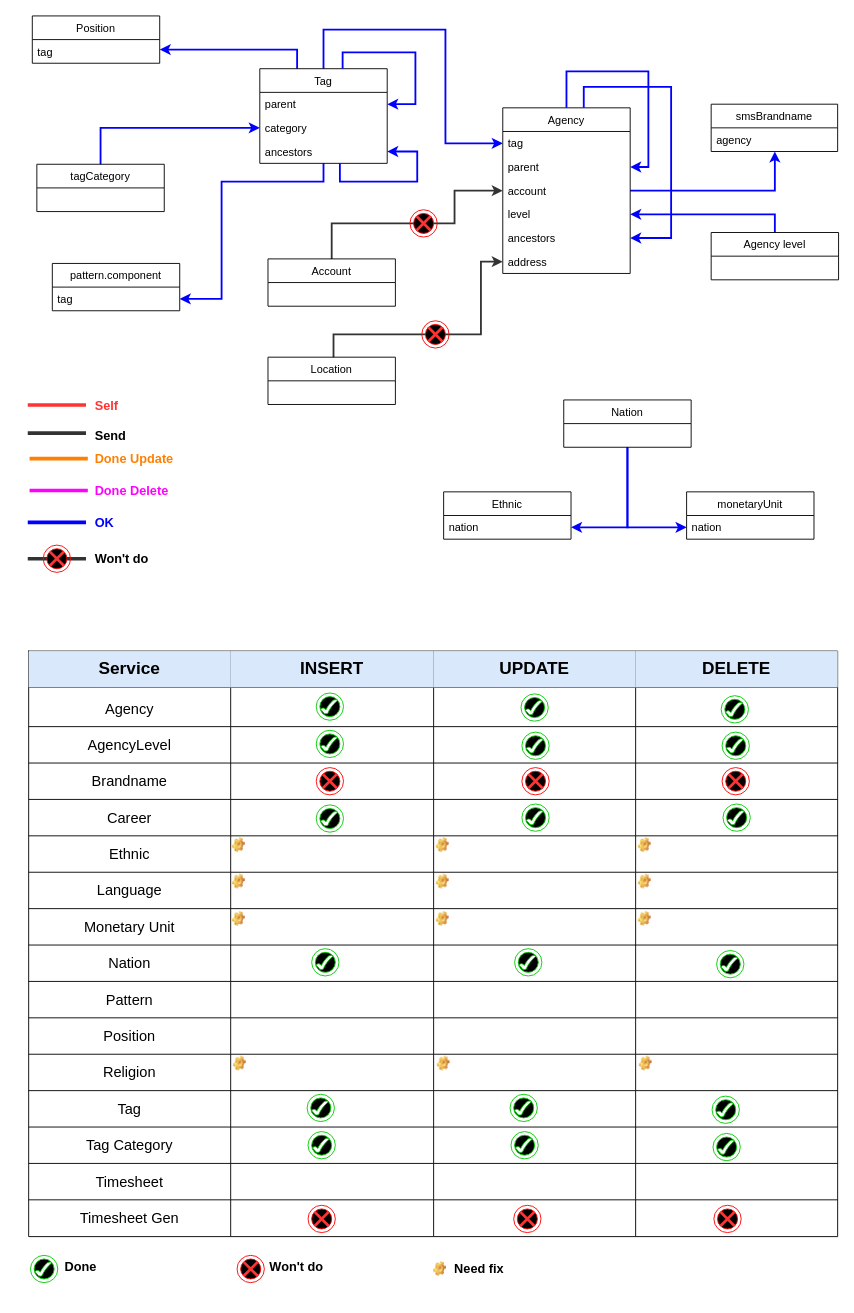
Before: directory.drawio in mitgaming/drawio, a draw.io diagram. Source tidied: cells renumbered, new cells numbered last; positions are measured from the earlier drawing's top-left corner, leaving out a move shared by most shapes. Both pictures are drawn from the tidied source at 91%, with x=0, y=0 at pixel (15, 15).
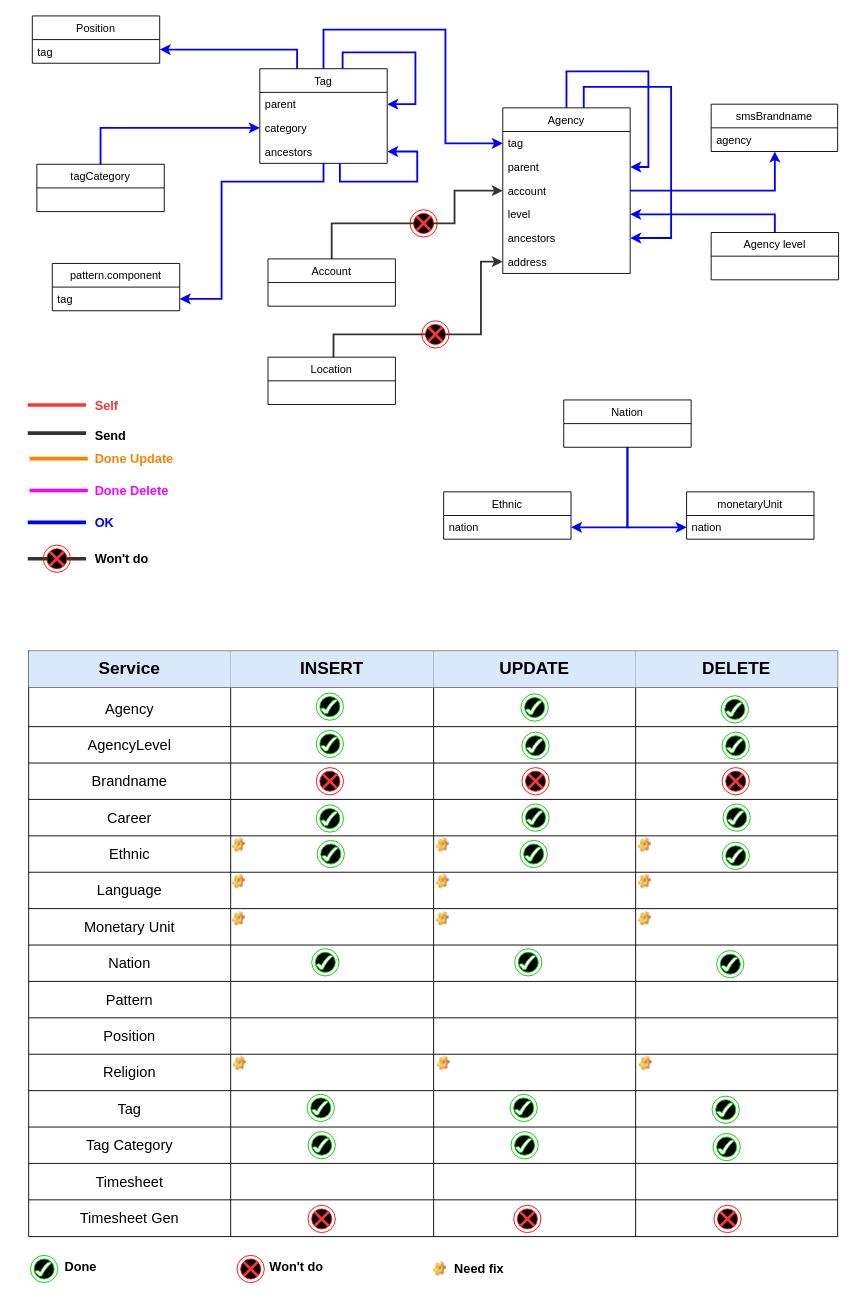
The same page after the edit.

Commit message (it also covers changes not shown here):
Cập nhật directory.drawio

Diff of the diagram source:
```diff
@@
+    <mxCell id="312" style="group;" parent="1" vertex="1">
+      <mxGeometry x="315" y="890" width="62" height="62" as="geometry" />
+    </mxCell>
+    <mxCell id="313" style="whiteSpace=wrap;html=1;fontSize=14;strokeColor=none;fillColor=none;" parent="312" vertex="1">
+      <mxGeometry width="62" height="62" as="geometry" />
+    </mxCell>
+    <mxCell id="314" style="group;" parent="312" vertex="1">
+      <mxGeometry x="16" y="16" width="30" height="30" as="geometry" />
+    </mxCell>
+    <mxCell id="315" style="group;" parent="314" vertex="1">
+      <mxGeometry width="30" height="30" as="geometry" />
+    </mxCell>
+    <mxCell id="316" style="ellipse;html=1;shape=endState;fillColor=#000000;fontColor=#FF00FF;align=left;strokeColor=#00CC00;" parent="315" vertex="1">
+      <mxGeometry width="30" height="30" as="geometry" />
+    </mxCell>
+    <mxCell id="317" style="verticalLabelPosition=bottom;verticalAlign=top;html=1;shape=mxgraph.basic.tick;strokeColor=#00CC00;fillColor=#FFFFFF;fontSize=14;" parent="315" vertex="1">
+      <mxGeometry x="5" y="7.2" width="18.2" height="15.8" as="geometry" />
+    </mxCell>
+    <mxCell id="318" style="group;" parent="1" vertex="1">
+      <mxGeometry x="538" y="890" width="62" height="62" as="geometry" />
+    </mxCell>
+    <mxCell id="319" style="whiteSpace=wrap;html=1;fontSize=14;strokeColor=none;fillColor=none;" parent="318" vertex="1">
+      <mxGeometry width="62" height="62" as="geometry" />
+    </mxCell>
+    <mxCell id="320" style="group;" parent="318" vertex="1">
+      <mxGeometry x="16" y="16" width="30" height="30" as="geometry" />
+    </mxCell>
+    <mxCell id="321" style="group;" parent="320" vertex="1">
+      <mxGeometry width="30" height="30" as="geometry" />
+    </mxCell>
+    <mxCell id="322" style="ellipse;html=1;shape=endState;fillColor=#000000;fontColor=#FF00FF;align=left;strokeColor=#00CC00;" parent="321" vertex="1">
+      <mxGeometry width="30" height="30" as="geometry" />
+    </mxCell>
+    <mxCell id="323" style="verticalLabelPosition=bottom;verticalAlign=top;html=1;shape=mxgraph.basic.tick;strokeColor=#00CC00;fillColor=#FFFFFF;fontSize=14;" parent="321" vertex="1">
+      <mxGeometry x="5" y="7.2" width="18.2" height="15.8" as="geometry" />
+    </mxCell>
+    <mxCell id="324" style="group;" parent="1" vertex="1">
+      <mxGeometry x="760" y="892" width="62" height="62" as="geometry" />
+    </mxCell>
+    <mxCell id="325" style="whiteSpace=wrap;html=1;fontSize=14;strokeColor=none;fillColor=none;" parent="324" vertex="1">
+      <mxGeometry width="62" height="62" as="geometry" />
+    </mxCell>
+    <mxCell id="326" style="group;" parent="324" vertex="1">
+      <mxGeometry x="16" y="16" width="30" height="30" as="geometry" />
+    </mxCell>
+    <mxCell id="327" style="group;" parent="326" vertex="1">
+      <mxGeometry width="30" height="30" as="geometry" />
+    </mxCell>
+    <mxCell id="328" style="ellipse;html=1;shape=endState;fillColor=#000000;fontColor=#FF00FF;align=left;strokeColor=#00CC00;" parent="327" vertex="1">
+      <mxGeometry width="30" height="30" as="geometry" />
+    </mxCell>
+    <mxCell id="329" style="verticalLabelPosition=bottom;verticalAlign=top;html=1;shape=mxgraph.basic.tick;strokeColor=#00CC00;fillColor=#FFFFFF;fontSize=14;" parent="327" vertex="1">
+      <mxGeometry x="5" y="7.2" width="18.2" height="15.8" as="geometry" />
+    </mxCell>
```
